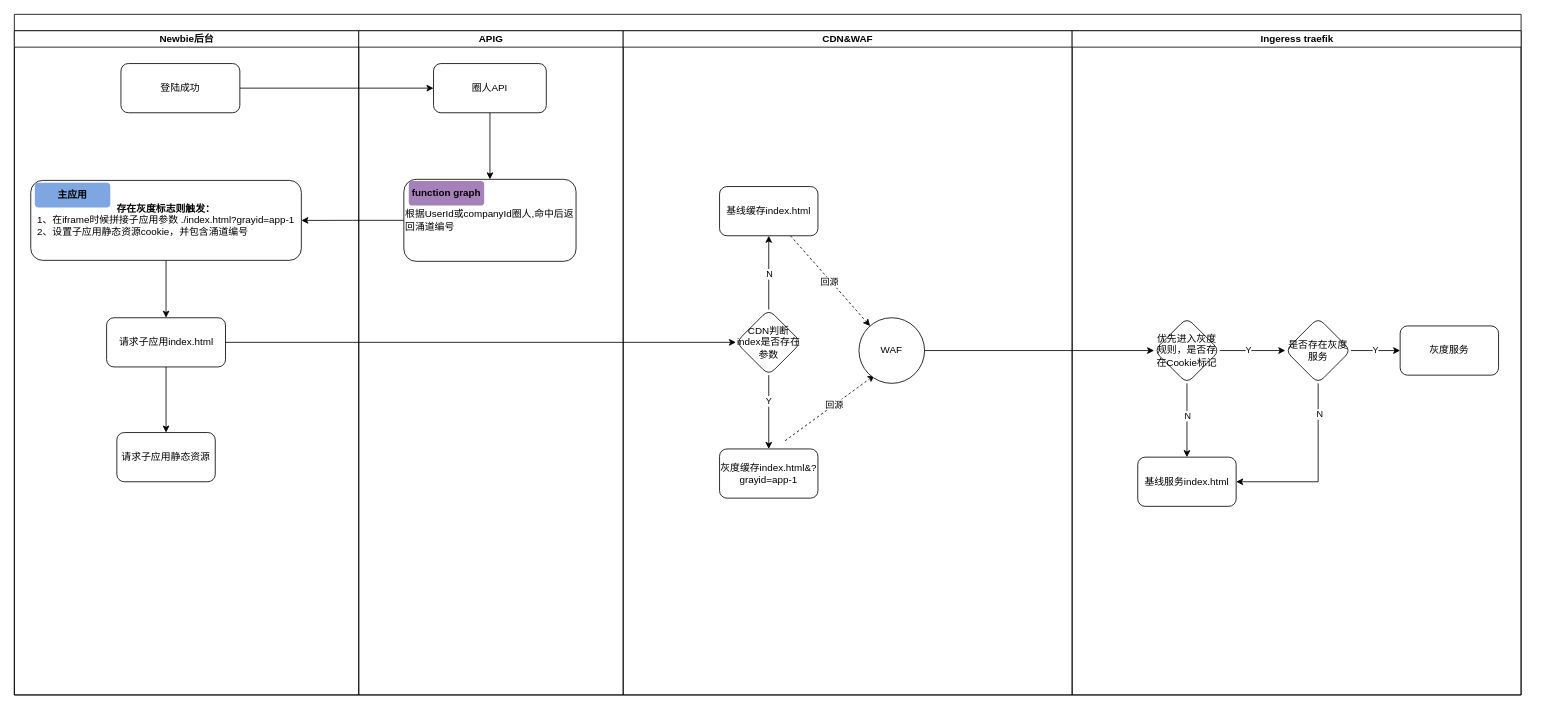
Above: newbie后台前端灰度.drawio in 463024907/draw.io (draw.io), before the change. Source tidied: cells renumbered, new cells numbered last; positions are measured from the earlier drawing's top-left corner, leaving out a move shared by most shapes. Both pictures are drawn from the tidied source at 82%, with x=0, y=0 at pixel (14, 14).
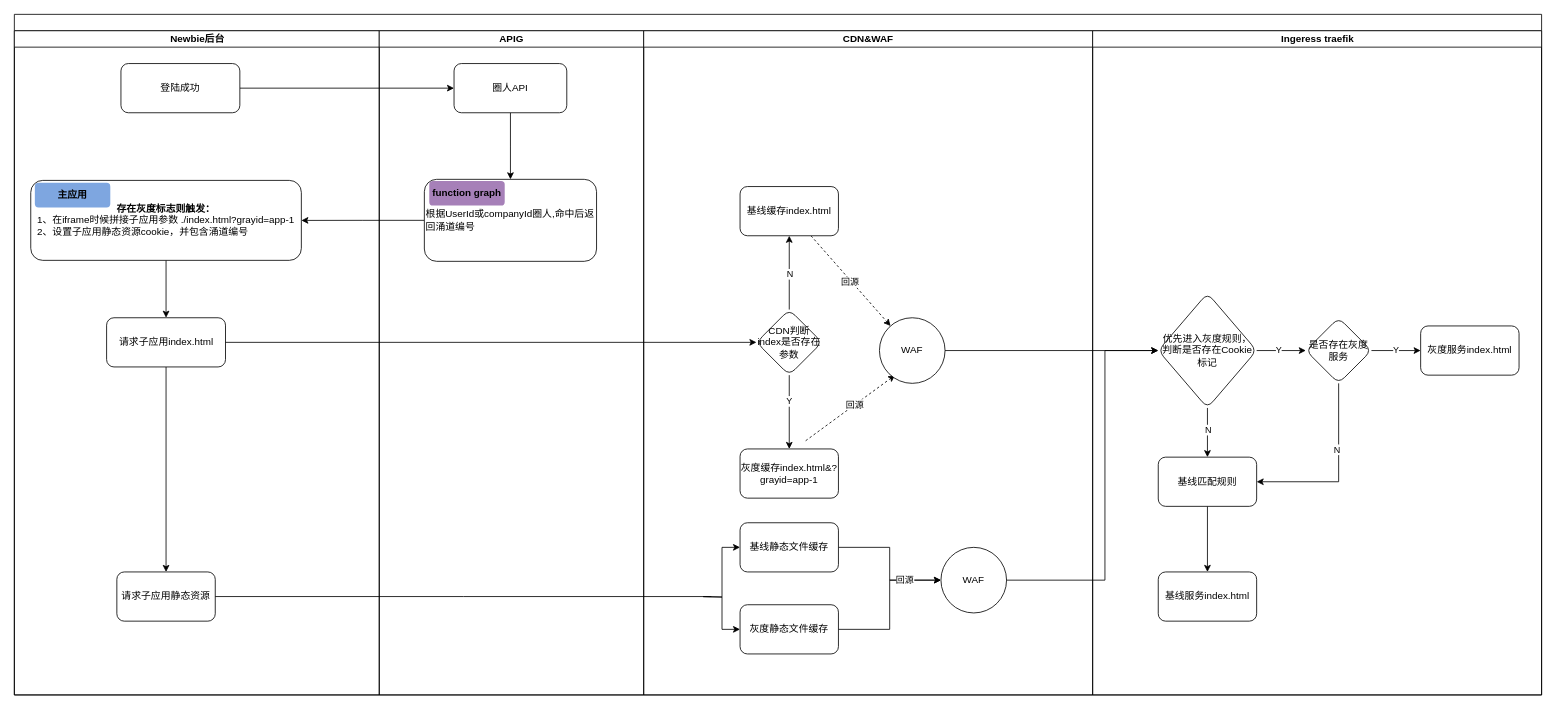
The same page after the edit.

Commit message (it also covers changes not shown here):
Update newbie后台前端灰度.drawio

Unchanged cells that the change refers to:
```xml
<mxCell id="31" value="WAF" style="ellipse;whiteSpace=wrap;html=1;rounded=1;" parent="19" vertex="1">
  <mxGeometry x="287.5" y="350" width="80" height="80" as="geometry" />
</mxCell>
<mxCell id="38" style="edgeStyle=orthogonalEdgeStyle;rounded=0;jettySize=auto;html=1;entryX=1;entryY=0.5;entryDx=0;entryDy=0;" parent="33" edge="1" source="40" target="35">
  <mxGeometry relative="1" as="geometry">
    <Array as="points">
      <mxPoint x="300" y="550" />
    </Array>
  </mxGeometry>
</mxCell>
```

Change to the diagram source:
```diff
@@
     <mxCell id="2" style="swimlane;startSize=20;html=1;" parent="1" vertex="1">
-      <mxGeometry width="1837.5" height="830" as="geometry" />
+      <mxGeometry width="1862.5" height="830" as="geometry" />
     </mxCell>
@@
     <mxCell id="5" value="Newbie后台" style="swimlane;startSize=20;html=1;" parent="2" vertex="1">
-      <mxGeometry y="20" width="420" height="810" as="geometry" />
+      <mxGeometry y="20" width="445" height="810" as="geometry" />
     </mxCell>
@@
     <mxCell id="12" value="请求子应用静态资源" style="whiteSpace=wrap;html=1;rounded=1;" parent="5" vertex="1">
-      <mxGeometry x="125" y="490" width="120" height="60" as="geometry" />
+      <mxGeometry x="125" y="660" width="120" height="60" as="geometry" />
     </mxCell>
     <mxCell id="13" value="APIG" style="swimlane;startSize=20;html=1;" parent="2" vertex="1">
-      <mxGeometry x="420" y="20" width="322.5" height="810" as="geometry" />
+      <mxGeometry x="445" y="20" width="322.5" height="810" as="geometry" />
     </mxCell>
@@
+    <mxCell id="32" style="edgeStyle=orthogonalEdgeStyle;rounded=0;jettySize=auto;html=1;entryX=0;entryY=0.5;entryDx=0;entryDy=0;" parent="2" edge="1" source="31" target="34">
+      <mxGeometry relative="1" as="geometry" />
+    </mxCell>
     <mxCell id="19" value="CDN&amp;amp;WAF" style="swimlane;startSize=20;html=1;" parent="2" vertex="1">
-      <mxGeometry x="742.5" y="20" width="547.5" height="810" as="geometry" />
+      <mxGeometry x="767.5" y="20" width="547.5" height="810" as="geometry" />
     </mxCell>
@@
-    <mxCell id="32" style="edgeStyle=orthogonalEdgeStyle;rounded=0;jettySize=auto;html=1;entryX=0;entryY=0.5;entryDx=0;entryDy=0;" parent="2" edge="1" source="31" target="34">
-      <mxGeometry relative="1" as="geometry" />
-    </mxCell>
+    <mxCell id="45" style="edgeStyle=orthogonalEdgeStyle;rounded=0;jettySize=auto;html=1;entryX=0;entryY=0.5;entryDx=0;entryDy=0;" parent="19" edge="1" target="48">
+      <mxGeometry relative="1" as="geometry">
+        <mxPoint x="72.5" y="690.1" as="sourcePoint" />
+      </mxGeometry>
+    </mxCell>
+    <mxCell id="46" style="edgeStyle=orthogonalEdgeStyle;rounded=0;jettySize=auto;html=1;entryX=0;entryY=0.5;entryDx=0;entryDy=0;" parent="19" edge="1" target="51">
+      <mxGeometry relative="1" as="geometry">
+        <mxPoint x="72.5" y="690.1" as="sourcePoint" />
+      </mxGeometry>
+    </mxCell>
+    <mxCell id="47" style="edgeStyle=orthogonalEdgeStyle;rounded=0;jettySize=auto;html=1;entryX=0;entryY=0.5;entryDx=0;entryDy=0;" parent="19" edge="1" source="48" target="52">
+      <mxGeometry relative="1" as="geometry" />
+    </mxCell>
+    <mxCell id="48" value="基线静态文件缓存" style="whiteSpace=wrap;html=1;rounded=1;" parent="19" vertex="1">
+      <mxGeometry x="117.5" y="600" width="120" height="60" as="geometry" />
+    </mxCell>
+    <mxCell id="49" style="edgeStyle=orthogonalEdgeStyle;rounded=0;jettySize=auto;html=1;" parent="19" edge="1" source="51" target="52">
+      <mxGeometry relative="1" as="geometry" />
+    </mxCell>
+    <mxCell id="50" value="回源" style="edgeLabel;html=1;align=center;verticalAlign=middle;" parent="49" vertex="1">
+      <mxGeometry x="0.51" y="1" relative="1" as="geometry" />
+    </mxCell>
+    <mxCell id="51" value="灰度静态文件缓存" style="whiteSpace=wrap;html=1;rounded=1;" parent="19" vertex="1">
+      <mxGeometry x="117.5" y="700" width="120" height="60" as="geometry" />
+    </mxCell>
+    <mxCell id="52" value="WAF" style="ellipse;whiteSpace=wrap;html=1;rounded=1;" parent="19" vertex="1">
+      <mxGeometry x="362.5" y="630" width="80" height="80" as="geometry" />
+    </mxCell>
     <mxCell id="33" value="Ingeress traefik" style="swimlane;startSize=20;html=1;" parent="2" vertex="1">
-      <mxGeometry x="1290" y="20" width="547.5" height="810" as="geometry" />
+      <mxGeometry x="1315" y="20" width="547.5" height="810" as="geometry" />
     </mxCell>
-    <mxCell id="34" value="优先进入灰度规则，是否存在Cookie标记" style="rhombus;whiteSpace=wrap;html=1;rounded=1;" parent="33" vertex="1">
-      <mxGeometry x="100" y="350" width="80" height="80" as="geometry" />
+    <mxCell id="34" value="优先进入灰度规则，判断是否存在Cookie标记" style="rhombus;whiteSpace=wrap;html=1;rounded=1;" parent="33" vertex="1">
+      <mxGeometry x="80" y="320" width="120" height="140" as="geometry" />
     </mxCell>
+    <mxCell id="53" style="edgeStyle=orthogonalEdgeStyle;rounded=0;jettySize=auto;html=1;" parent="33" edge="1" source="35" target="54">
+      <mxGeometry relative="1" as="geometry" />
+    </mxCell>
-    <mxCell id="35" value="基线服务index.html" style="whiteSpace=wrap;html=1;rounded=1;" parent="33" vertex="1">
+    <mxCell id="35" value="基线匹配规则" style="whiteSpace=wrap;html=1;rounded=1;" parent="33" vertex="1">
       <mxGeometry x="80" y="520" width="120" height="60" as="geometry" />
     </mxCell>
@@
     <mxCell id="39" value="N" style="edgeLabel;html=1;align=center;verticalAlign=middle;" parent="38" vertex="1">
-      <mxGeometry x="-0.66" y="1" relative="1" as="geometry" />
+      <mxGeometry x="-0.27" y="-3" relative="1" as="geometry" />
     </mxCell>
@@
-    <mxCell id="43" value="灰度服务" style="whiteSpace=wrap;html=1;rounded=1;" parent="33" vertex="1">
+    <mxCell id="43" value="灰度服务index.html" style="whiteSpace=wrap;html=1;rounded=1;" parent="33" vertex="1">
       <mxGeometry x="400" y="360" width="120" height="60" as="geometry" />
     </mxCell>
@@
+    <mxCell id="54" value="基线服务index.html" style="whiteSpace=wrap;html=1;rounded=1;" parent="33" vertex="1">
+      <mxGeometry x="80" y="660" width="120" height="60" as="geometry" />
+    </mxCell>
+    <mxCell id="55" style="edgeStyle=orthogonalEdgeStyle;rounded=0;jettySize=auto;html=1;endArrow=none;endFill=0;" parent="2" edge="1" source="12">
+      <mxGeometry relative="1" as="geometry">
+        <mxPoint x="850" y="710" as="targetPoint" />
+      </mxGeometry>
+    </mxCell>
+    <mxCell id="56" style="edgeStyle=orthogonalEdgeStyle;rounded=0;jettySize=auto;html=1;entryX=0;entryY=0.5;entryDx=0;entryDy=0;" parent="2" edge="1" source="52" target="34">
+      <mxGeometry relative="1" as="geometry">
+        <Array as="points">
+          <mxPoint x="1330" y="690" />
+          <mxPoint x="1330" y="410" />
+        </Array>
+      </mxGeometry>
+    </mxCell>
```
